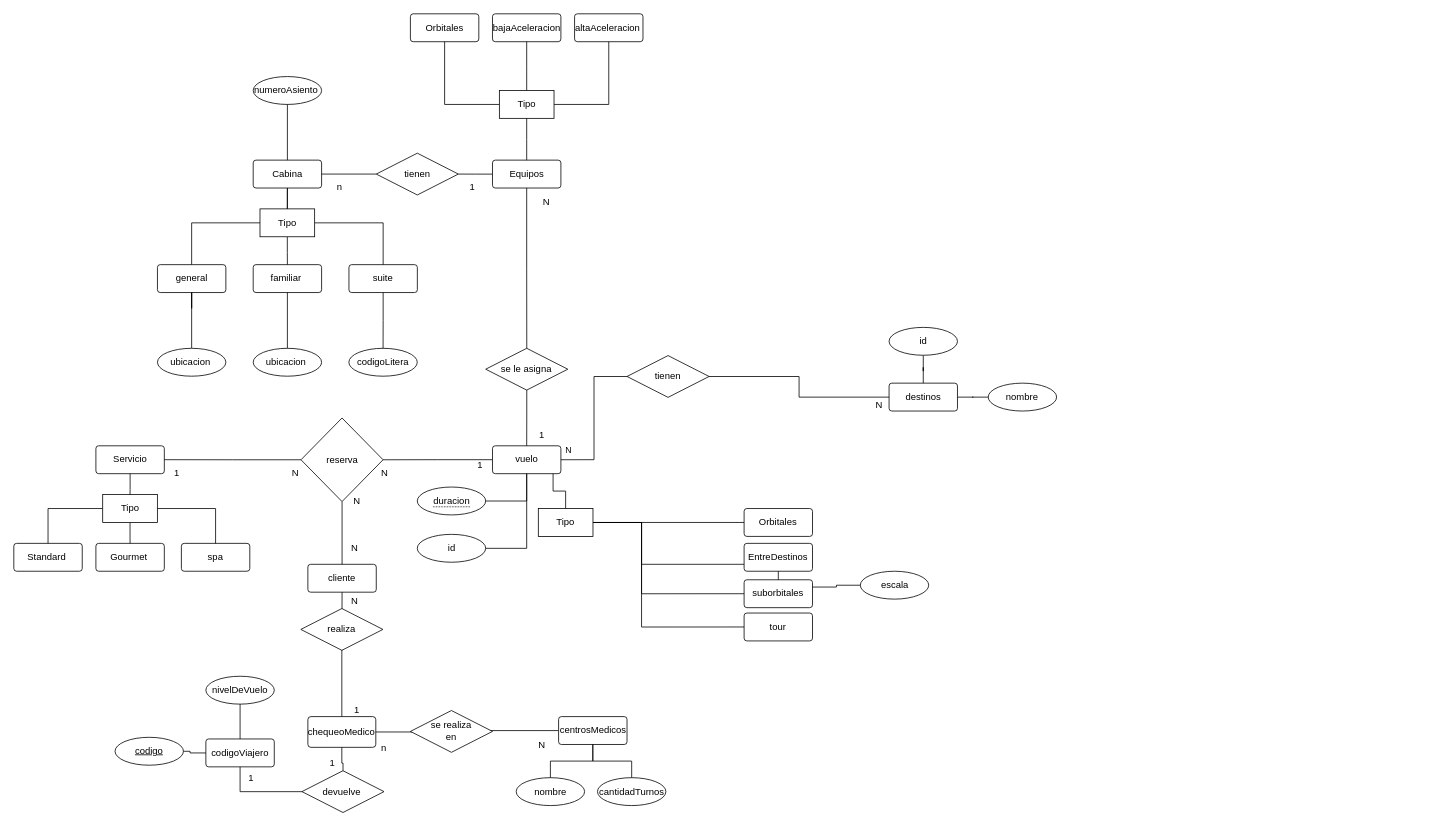
Earlier version of the draw.io diagram page "DER" (1 of 2) of diagramas/Untitled Diagram.drawio (braty66/GauchoRocket). Source tidied: cells renumbered, new cells numbered last; positions are measured from the earlier drawing's top-left corner, leaving out a move shared by most shapes. Both pictures are drawn from the tidied source at 79%, with x=0, y=0 at pixel (13, 13).
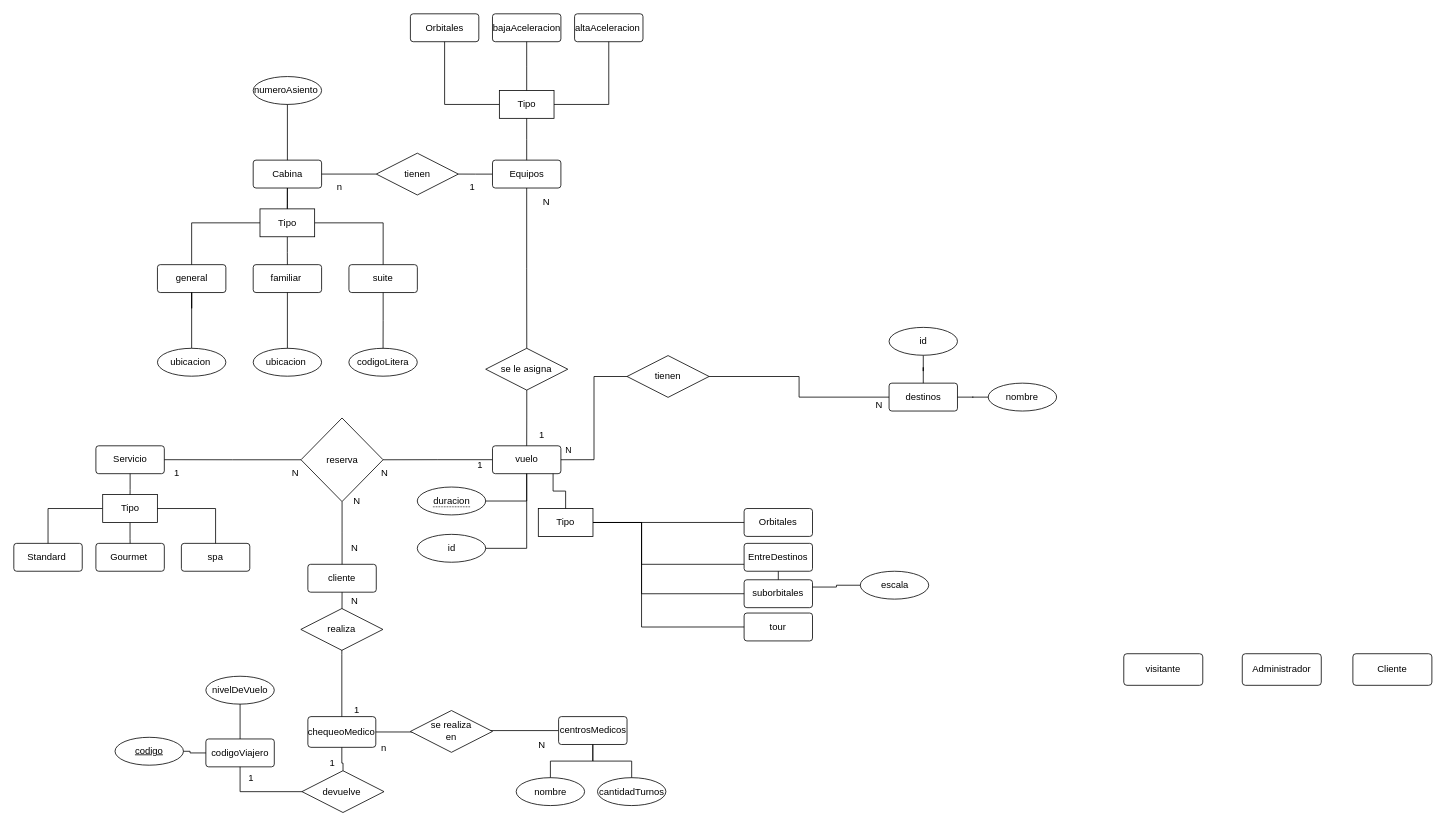
Above is the later version.

Diff of the diagram source:
```diff
@@
+    <mxCell id="118" value="Administrador" style="rounded=1;arcSize=10;whiteSpace=wrap;html=1;align=center;" parent="1" vertex="1">
+      <mxGeometry x="1555" y="810" width="100" height="40" as="geometry" />
+    </mxCell>
+    <mxCell id="119" value="Cliente" style="rounded=1;arcSize=10;whiteSpace=wrap;html=1;align=center;" parent="1" vertex="1">
+      <mxGeometry x="1695" y="810" width="100" height="40" as="geometry" />
+    </mxCell>
+    <mxCell id="120" value="visitante" style="rounded=1;arcSize=10;whiteSpace=wrap;html=1;align=center;" parent="1" vertex="1">
+      <mxGeometry x="1405" y="810" width="100" height="40" as="geometry" />
+    </mxCell>
```
